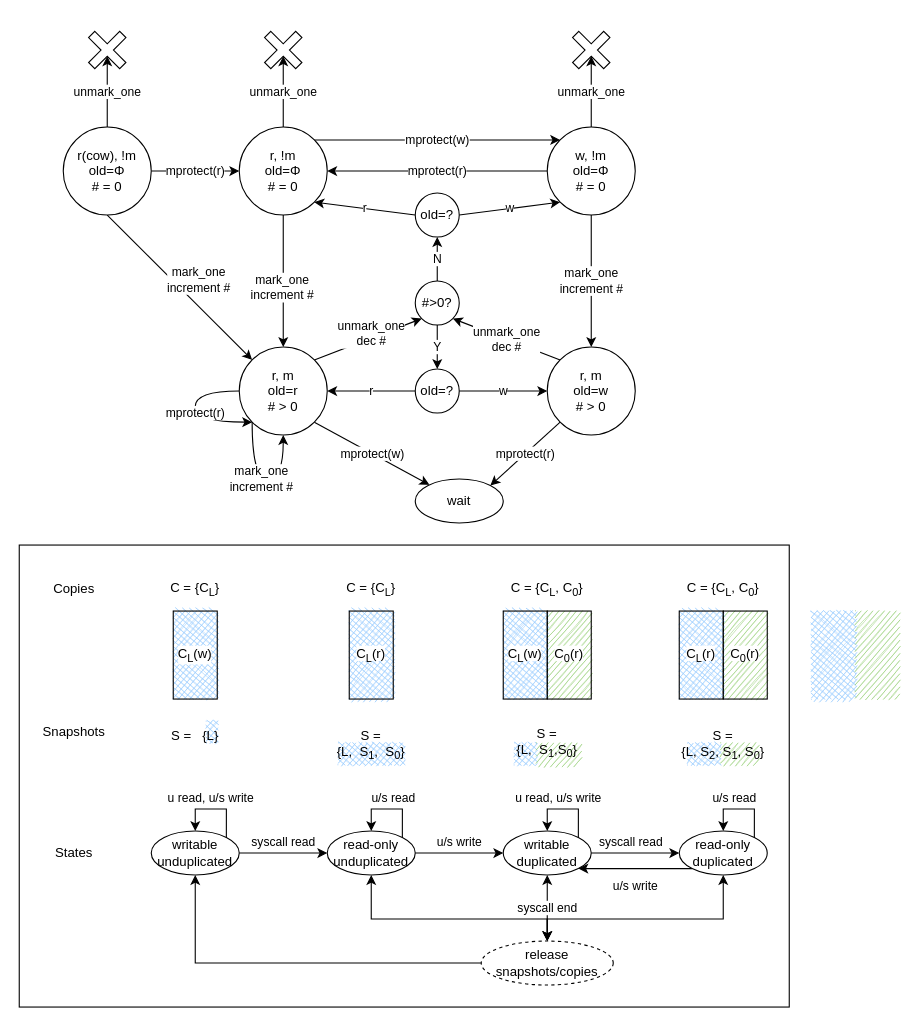
Earlier version of the draw.io diagram tiktok.drawio (atrib/midas-paper). Source tidied: cells renumbered, new cells numbered last; positions are measured from the earlier drawing's top-left corner, leaving out a move shared by most shapes. Both pictures are drawn from the tidied source at 110%, with x=0, y=0 at pixel (19, 28).
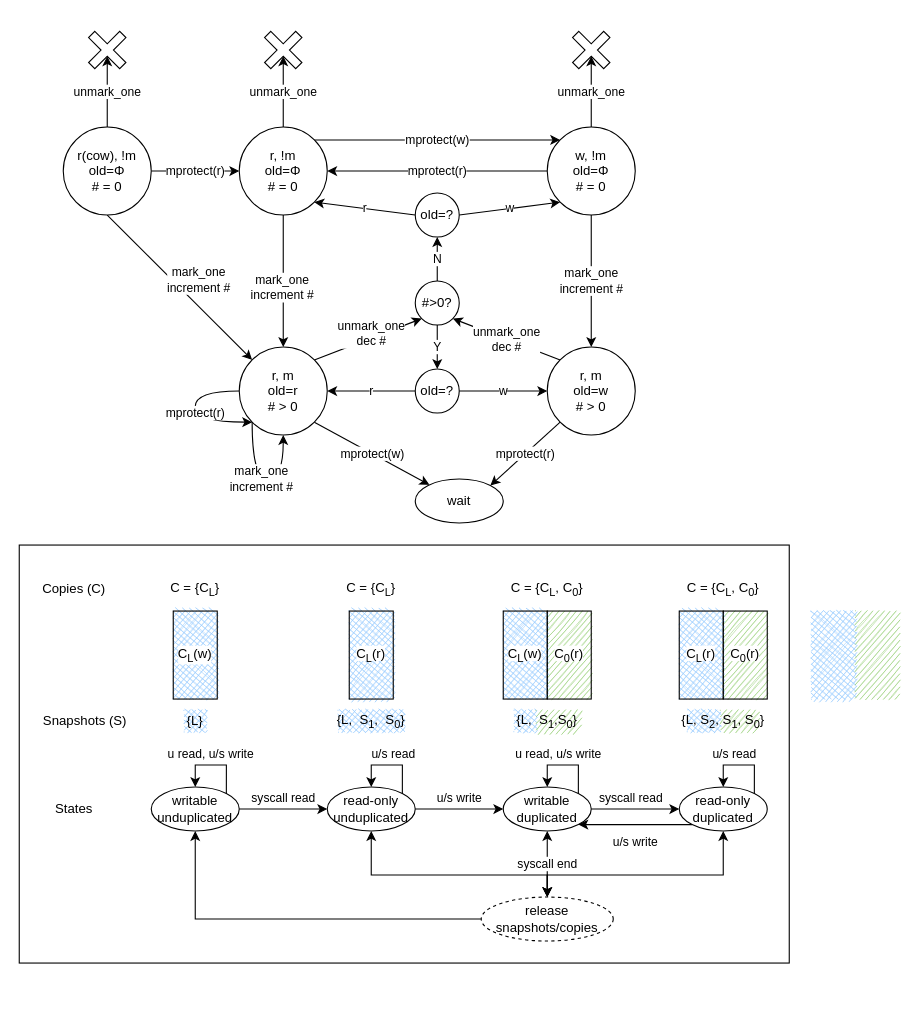
The same diagram, later.

Diff of the diagram source:
```diff
@@
     <mxCell id="2" style="rounded=0;whiteSpace=wrap;html=1;labelBackgroundColor=#ffffff;sketch=0;fontFamily=Courier New;strokeColor=#000000;fillColor=none;" parent="1" vertex="1">
-      <mxGeometry y="470" width="700" height="420" as="geometry" />
+      <mxGeometry y="470" width="700" height="380" as="geometry" />
     </mxCell>
     <mxCell id="3" style="rounded=0;whiteSpace=wrap;html=1;labelBackgroundColor=#ffffff;sketch=1;strokeColor=none;fillStyle=hachure;fillColor=#97D077;" parent="1" vertex="1">
-      <mxGeometry x="637.5" y="650" width="35" height="20" as="geometry" />
+      <mxGeometry x="637.5" y="620" width="35" height="20" as="geometry" />
     </mxCell>
     <mxCell id="4" style="rounded=0;whiteSpace=wrap;html=1;labelBackgroundColor=#ffffff;sketch=1;strokeColor=none;fillStyle=cross-hatch;fillColor=#99CCFF;" parent="1" vertex="1">
-      <mxGeometry x="607.5" y="650" width="30" height="20" as="geometry" />
+      <mxGeometry x="607.5" y="620" width="30" height="20" as="geometry" />
     </mxCell>
     <mxCell id="5" style="rounded=0;whiteSpace=wrap;html=1;labelBackgroundColor=#ffffff;sketch=1;strokeColor=none;fillStyle=cross-hatch;fillColor=#99CCFF;" parent="1" vertex="1">
-      <mxGeometry x="290" y="650" width="60" height="20" as="geometry" />
+      <mxGeometry x="290" y="620" width="60" height="20" as="geometry" />
     </mxCell>
     <mxCell id="6" style="rounded=0;whiteSpace=wrap;html=1;labelBackgroundColor=#ffffff;sketch=1;strokeColor=none;fillStyle=cross-hatch;fillColor=#99CCFF;fontStyle=1;" parent="1" vertex="1">
-      <mxGeometry x="450" y="650" width="20" height="20" as="geometry" />
+      <mxGeometry x="450" y="620" width="20" height="20" as="geometry" />
     </mxCell>
     <mxCell id="7" style="rounded=0;whiteSpace=wrap;html=1;labelBackgroundColor=#ffffff;sketch=1;strokeColor=none;fillStyle=hachure;fillColor=#97D077;fontStyle=1;" parent="1" vertex="1">
-      <mxGeometry x="470" y="650" width="40" height="20" as="geometry" />
+      <mxGeometry x="470" y="620" width="40" height="20" as="geometry" />
     </mxCell>
@@
     <mxCell id="53" value="&lt;div&gt;writable&lt;/div&gt;&lt;div&gt;unduplicated&lt;br&gt;&lt;/div&gt;" style="ellipse;whiteSpace=wrap;html=1;" parent="1" vertex="1">
-      <mxGeometry x="120" y="730" width="80" height="40" as="geometry" />
+      <mxGeometry x="120" y="690" width="80" height="40" as="geometry" />
     </mxCell>
@@
     <mxCell id="55" style="rounded=0;jettySize=auto;html=1;exitX=0.5;exitY=1;exitDx=0;exitDy=0;entryX=0.5;entryY=0;entryDx=0;entryDy=0;startArrow=classic;startFill=1;" parent="1" edge="1" source="56" target="67">
       <mxGeometry relative="1" as="geometry">
         <Array as="points">
-          <mxPoint x="320" y="810" />
-          <mxPoint x="480" y="810" />
+          <mxPoint x="320" y="770" />
+          <mxPoint x="480" y="770" />
         </Array>
       </mxGeometry>
     </mxCell>
     <mxCell id="56" value="read-only&lt;br&gt;&lt;div&gt;unduplicated&lt;br&gt;&lt;/div&gt;" style="ellipse;whiteSpace=wrap;html=1;" parent="1" vertex="1">
-      <mxGeometry x="280" y="730" width="80" height="40" as="geometry" />
+      <mxGeometry x="280" y="690" width="80" height="40" as="geometry" />
     </mxCell>
@@
     <mxCell id="59" value="writable&lt;br&gt;&lt;div&gt;duplicated&lt;br&gt;&lt;/div&gt;" style="ellipse;whiteSpace=wrap;html=1;" parent="1" vertex="1">
-      <mxGeometry x="440" y="730" width="80" height="40" as="geometry" />
+      <mxGeometry x="440" y="690" width="80" height="40" as="geometry" />
     </mxCell>
@@
     <mxCell id="61" style="rounded=0;jettySize=auto;html=1;exitX=0.5;exitY=1;exitDx=0;exitDy=0;entryX=0.5;entryY=0;entryDx=0;entryDy=0;startArrow=classic;startFill=1;" parent="1" edge="1" source="62" target="67">
       <mxGeometry relative="1" as="geometry">
         <Array as="points">
-          <mxPoint x="640" y="810" />
-          <mxPoint x="480" y="810" />
+          <mxPoint x="640" y="770" />
+          <mxPoint x="480" y="770" />
         </Array>
       </mxGeometry>
     </mxCell>
     <mxCell id="62" value="read-only&lt;br&gt;&lt;div&gt;duplicated&lt;br&gt;&lt;/div&gt;" style="ellipse;whiteSpace=wrap;html=1;" parent="1" vertex="1">
-      <mxGeometry x="600" y="730" width="80" height="40" as="geometry" />
+      <mxGeometry x="600" y="690" width="80" height="40" as="geometry" />
     </mxCell>
     <mxCell id="63" value="u read, u/s write" style="edgeStyle=orthogonalEdgeStyle;rounded=0;orthogonalLoop=1;jettySize=auto;html=1;exitX=1;exitY=0;exitDx=0;exitDy=0;entryX=0.5;entryY=0;entryDx=0;entryDy=0;" parent="1" edge="1" source="53" target="53">
       <mxGeometry x="0.08" y="-10" relative="1" as="geometry">
         <Array as="points">
-          <mxPoint x="188" y="710" />
-          <mxPoint x="160" y="710" />
+          <mxPoint x="188" y="670" />
+          <mxPoint x="160" y="670" />
         </Array>
       </mxGeometry>
     </mxCell>
     <mxCell id="64" value="u/s read" style="edgeStyle=orthogonalEdgeStyle;rounded=0;orthogonalLoop=1;jettySize=auto;html=1;exitX=1;exitY=0;exitDx=0;exitDy=0;entryX=0.5;entryY=0;entryDx=0;entryDy=0;" parent="1" edge="1" source="56" target="56">
       <mxGeometry x="-0.08" y="-10" relative="1" as="geometry">
         <Array as="points">
-          <mxPoint x="348" y="710" />
-          <mxPoint x="320" y="710" />
+          <mxPoint x="348" y="670" />
+          <mxPoint x="320" y="670" />
         </Array>
       </mxGeometry>
     </mxCell>
     <mxCell id="65" value="u read, u/s write" style="edgeStyle=orthogonalEdgeStyle;rounded=0;orthogonalLoop=1;jettySize=auto;html=1;exitX=1;exitY=0;exitDx=0;exitDy=0;entryX=0.5;entryY=0;entryDx=0;entryDy=0;" parent="1" edge="1" source="59" target="59">
       <mxGeometry x="0.19" y="-10" relative="1" as="geometry">
         <Array as="points">
-          <mxPoint x="488" y="710" />
-          <mxPoint x="460" y="710" />
+          <mxPoint x="488" y="670" />
+          <mxPoint x="460" y="670" />
         </Array>
       </mxGeometry>
     </mxCell>
     <mxCell id="66" style="edgeStyle=none;rounded=0;jettySize=auto;html=1;exitX=0;exitY=0.5;exitDx=0;exitDy=0;entryX=0.5;entryY=1;entryDx=0;entryDy=0;fontFamily=Courier New;" parent="1" edge="1" source="67" target="53">
       <mxGeometry relative="1" as="geometry">
         <Array as="points">
-          <mxPoint x="160" y="850" />
+          <mxPoint x="160" y="810" />
         </Array>
       </mxGeometry>
     </mxCell>
     <mxCell id="67" value="release snapshots/copies" style="ellipse;whiteSpace=wrap;html=1;dashed=1;" parent="1" vertex="1">
-      <mxGeometry x="420" y="830" width="120" height="40" as="geometry" />
+      <mxGeometry x="420" y="790" width="120" height="40" as="geometry" />
     </mxCell>
@@
     <mxCell id="69" value="States" style="text;html=1;strokeColor=none;fillColor=none;align=center;verticalAlign=middle;whiteSpace=wrap;rounded=0;dashed=1;" parent="1" vertex="1">
-      <mxGeometry x="20" y="730" width="60" height="40" as="geometry" />
+      <mxGeometry x="20" y="690" width="60" height="40" as="geometry" />
     </mxCell>
@@
-    <mxCell id="73" value="&lt;div&gt;&lt;span style=&quot;background-color: transparent&quot;&gt;S = &lt;br&gt;&lt;/span&gt;&lt;/div&gt;&lt;div&gt;&lt;span style=&quot;background-color: transparent&quot;&gt;{L,&amp;nbsp; S&lt;sub&gt;1&lt;/sub&gt;,&amp;nbsp; S&lt;sub&gt;0&lt;/sub&gt;}&lt;/span&gt;&lt;/div&gt;" style="text;html=1;strokeColor=none;fillColor=none;align=center;verticalAlign=top;whiteSpace=wrap;rounded=0;" parent="1" vertex="1">
-      <mxGeometry x="280" y="630" width="80" height="40" as="geometry" />
+    <mxCell id="73" value="&lt;div&gt;&lt;span style=&quot;background-color: transparent&quot;&gt;{L,&amp;nbsp; S&lt;sub&gt;1&lt;/sub&gt;,&amp;nbsp; S&lt;sub&gt;0&lt;/sub&gt;}&lt;/span&gt;&lt;/div&gt;" style="text;html=1;strokeColor=none;fillColor=none;align=center;verticalAlign=middle;whiteSpace=wrap;rounded=0;" parent="1" vertex="1">
+      <mxGeometry x="280" y="620" width="80" height="20" as="geometry" />
     </mxCell>
@@
-    <mxCell id="76" value="&lt;div&gt;&lt;span style=&quot;background-color: transparent&quot;&gt;S = &lt;br&gt;&lt;/span&gt;&lt;/div&gt;&lt;div&gt;&lt;span style=&quot;background-color: transparent&quot;&gt;{L,&amp;nbsp; S&lt;sub&gt;1&lt;/sub&gt;,S&lt;sub&gt;0&lt;/sub&gt;}&lt;/span&gt;&lt;/div&gt;" style="text;html=1;strokeColor=none;fillColor=none;align=center;verticalAlign=middle;whiteSpace=wrap;rounded=0;" parent="1" vertex="1">
-      <mxGeometry x="440" y="630" width="80" height="40" as="geometry" />
+    <mxCell id="76" value="&lt;div&gt;&lt;span style=&quot;background-color: transparent&quot;&gt;{L,&amp;nbsp; S&lt;sub&gt;1&lt;/sub&gt;,S&lt;sub&gt;0&lt;/sub&gt;}&lt;/span&gt;&lt;/div&gt;" style="text;html=1;strokeColor=none;fillColor=none;align=center;verticalAlign=middle;whiteSpace=wrap;rounded=0;" parent="1" vertex="1">
+      <mxGeometry x="440" y="620" width="80" height="20" as="geometry" />
     </mxCell>
-    <mxCell id="77" value="Copies" style="text;html=1;strokeColor=none;fillColor=none;align=center;verticalAlign=middle;whiteSpace=wrap;rounded=0;dashed=1;" parent="1" vertex="1">
+    <mxCell id="77" value="Copies (C)" style="text;html=1;strokeColor=none;fillColor=none;align=center;verticalAlign=middle;whiteSpace=wrap;rounded=0;dashed=1;" parent="1" vertex="1">
       <mxGeometry x="20" y="490" width="60" height="40" as="geometry" />
     </mxCell>
-    <mxCell id="78" value="Snapshots" style="text;html=1;strokeColor=none;fillColor=none;align=center;verticalAlign=middle;whiteSpace=wrap;rounded=0;dashed=1;" parent="1" vertex="1">
-      <mxGeometry x="20" y="630" width="60" height="20" as="geometry" />
+    <mxCell id="78" value="Snapshots (S)" style="text;html=1;strokeColor=none;fillColor=none;align=center;verticalAlign=middle;whiteSpace=wrap;rounded=0;dashed=1;" parent="1" vertex="1">
+      <mxGeometry x="20" y="620" width="80" height="20" as="geometry" />
     </mxCell>
@@
-    <mxCell id="81" value="&lt;div&gt;&lt;span style=&quot;background-color: transparent&quot;&gt;S = &lt;br&gt;&lt;/span&gt;&lt;/div&gt;&lt;div&gt;&lt;span style=&quot;background-color: transparent&quot;&gt;{L, S&lt;sub&gt;2&lt;/sub&gt;, S&lt;sub&gt;1&lt;/sub&gt;, S&lt;sub&gt;0&lt;/sub&gt;}&lt;/span&gt;&lt;/div&gt;" style="text;html=1;strokeColor=none;fillColor=none;align=center;verticalAlign=top;whiteSpace=wrap;rounded=0;" parent="1" vertex="1">
-      <mxGeometry x="600" y="630" width="80" height="40" as="geometry" />
+    <mxCell id="81" value="&lt;div&gt;&lt;span style=&quot;background-color: transparent&quot;&gt;{L, S&lt;sub&gt;2&lt;/sub&gt;, S&lt;sub&gt;1&lt;/sub&gt;, S&lt;sub&gt;0&lt;/sub&gt;}&lt;/span&gt;&lt;/div&gt;" style="text;html=1;strokeColor=none;fillColor=none;align=center;verticalAlign=middle;whiteSpace=wrap;rounded=0;" parent="1" vertex="1">
+      <mxGeometry x="600" y="620" width="80" height="20" as="geometry" />
     </mxCell>
@@
     <mxCell id="84" style="rounded=0;whiteSpace=wrap;html=1;labelBackgroundColor=#ffffff;sketch=1;strokeColor=none;fillStyle=cross-hatch;fillColor=#99CCFF;" parent="1" vertex="1">
-      <mxGeometry x="170" y="630" width="10" height="20" as="geometry" />
+      <mxGeometry x="150" y="620" width="20" height="20" as="geometry" />
     </mxCell>
-    <mxCell id="85" value="&lt;div&gt;&lt;span style=&quot;background-color: transparent&quot;&gt;S =&amp;nbsp;&amp;nbsp; {L}&lt;/span&gt;&lt;/div&gt;&lt;div&gt;&lt;span style=&quot;background-color: transparent&quot;&gt;&lt;br&gt;&lt;/span&gt;&lt;/div&gt;" style="text;html=1;strokeColor=none;fillColor=none;align=center;verticalAlign=top;whiteSpace=wrap;rounded=0;" parent="1" vertex="1">
-      <mxGeometry x="120" y="630" width="80" height="40" as="geometry" />
+    <mxCell id="85" value="&lt;div&gt;&lt;span style=&quot;background-color: transparent&quot;&gt;{L}&lt;/span&gt;&lt;/div&gt;&lt;div&gt;&lt;span style=&quot;background-color: transparent&quot;&gt;&lt;/span&gt;&lt;/div&gt;" style="text;html=1;strokeColor=none;fillColor=none;align=center;verticalAlign=middle;whiteSpace=wrap;rounded=0;" parent="1" vertex="1">
+      <mxGeometry x="120" y="620" width="80" height="20" as="geometry" />
     </mxCell>
     <mxCell id="86" value="u/s read" style="edgeStyle=orthogonalEdgeStyle;rounded=0;orthogonalLoop=1;jettySize=auto;html=1;exitX=1;exitY=0;exitDx=0;exitDy=0;entryX=0.5;entryY=0;entryDx=0;entryDy=0;" parent="1" edge="1" source="62" target="62">
       <mxGeometry x="0.19" y="-10" relative="1" as="geometry">
         <Array as="points">
-          <mxPoint x="668" y="710" />
-          <mxPoint x="640" y="710" />
+          <mxPoint x="668" y="670" />
+          <mxPoint x="640" y="670" />
         </Array>
       </mxGeometry>
     </mxCell>
```
